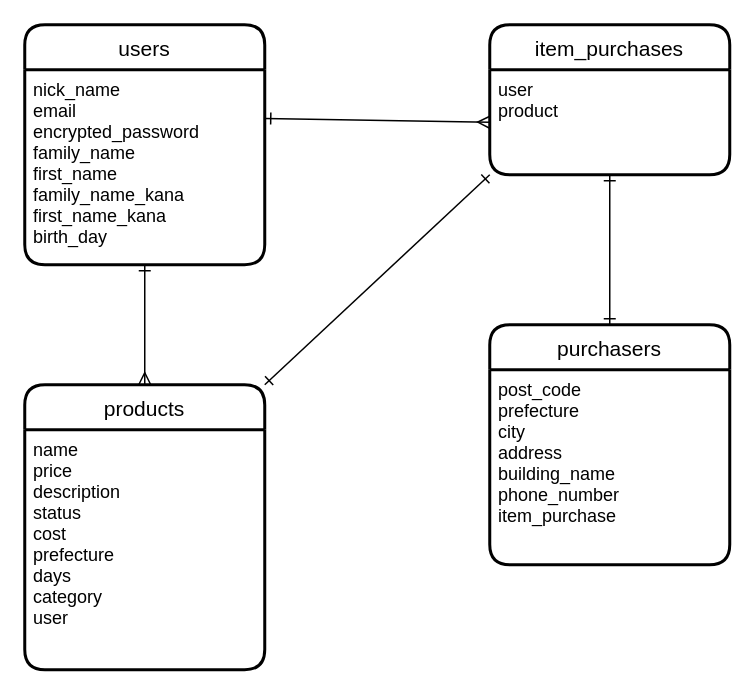
shingi-yamamoto/furima-38175 keeps this draw.io diagram as app/furima.dio. Above is the earlier version. Source tidied: cells renumbered, new cells numbered last; positions are measured from the earlier drawing's top-left corner, leaving out a move shared by most shapes. Both pictures are drawn from the tidied source at 150%, with x=0, y=0 at pixel (24, 24).
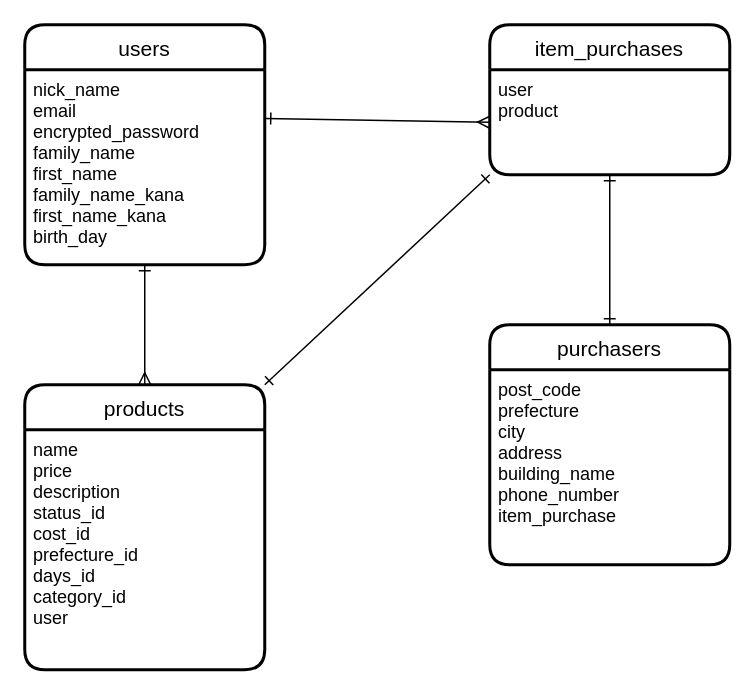
After the change.

The edit, as a diff of the source:
```diff
@@
 <mxGraphModel>
   <root>
     <mxCell id="0" />
     <mxCell id="1" parent="0" />
     <mxCell id="2" value="users" style="swimlane;horizontal=1;startSize=30;rounded=1;fontSize=14;fontStyle=0;strokeWidth=2;shadow=0;dashed=0;align=center;" parent="1" vertex="1">
       <mxGeometry width="160" height="160" as="geometry" />
     </mxCell>
     <mxCell id="3" value="nick_name&#10;email&#10;encrypted_password&#10;family_name&#10;first_name&#10;family_name_kana&#10;first_name_kana&#10;birth_day" style="align=left;strokeColor=none;fillColor=none;spacingLeft=4;fontSize=12;verticalAlign=top;" parent="2" vertex="1">
       <mxGeometry y="30" width="160" height="130" as="geometry" />
     </mxCell>
     <mxCell id="4" value="item_purchases" style="swimlane;horizontal=1;startSize=30;rounded=1;fontSize=14;fontStyle=0;strokeWidth=2;shadow=0;dashed=0;align=center;" parent="1" vertex="1">
       <mxGeometry x="310" width="160" height="100" as="geometry" />
     </mxCell>
     <mxCell id="5" value="user&#10;product&#10;" style="align=left;strokeColor=none;fillColor=none;spacingLeft=4;fontSize=12;verticalAlign=top;" parent="4" vertex="1">
       <mxGeometry y="30" width="160" height="70" as="geometry" />
     </mxCell>
     <mxCell id="6" style="edgeStyle=none;html=1;exitX=1;exitY=0.25;exitDx=0;exitDy=0;entryX=0;entryY=0.5;entryDx=0;entryDy=0;endArrow=ERmany;endFill=0;startArrow=ERone;startFill=0;" parent="1" edge="1" source="3" target="5">
       <mxGeometry relative="1" as="geometry" />
     </mxCell>
     <mxCell id="7" value="purchasers" style="swimlane;horizontal=1;startSize=30;rounded=1;fontSize=14;fontStyle=0;strokeWidth=2;shadow=0;dashed=0;align=center;" parent="1" vertex="1">
       <mxGeometry x="310" y="200" width="160" height="160" as="geometry" />
     </mxCell>
     <mxCell id="8" value="post_code&#10;prefecture&#10;city&#10;address&#10;building_name&#10;phone_number&#10;item_purchase&#10;" style="align=left;strokeColor=none;fillColor=none;spacingLeft=4;fontSize=12;verticalAlign=top;" parent="7" vertex="1">
       <mxGeometry y="30" width="160" height="130" as="geometry" />
     </mxCell>
     <mxCell id="9" value="products" style="swimlane;horizontal=1;startSize=30;rounded=1;fontSize=14;fontStyle=0;strokeWidth=2;shadow=0;dashed=0;align=center;" parent="1" vertex="1">
       <mxGeometry y="240" width="160" height="190" as="geometry" />
     </mxCell>
-    <mxCell id="10" value="name&#10;price&#10;description&#10;status&#10;cost&#10;prefecture&#10;days&#10;category&#10;user&#10;&#10;&#10;" style="align=left;strokeColor=none;fillColor=none;spacingLeft=4;fontSize=12;verticalAlign=top;" parent="9" vertex="1">
+    <mxCell id="10" value="name&#10;price&#10;description&#10;status_id&#10;cost_id&#10;prefecture_id&#10;days_id&#10;category_id&#10;user&#10;&#10;&#10;" style="align=left;strokeColor=none;fillColor=none;spacingLeft=4;fontSize=12;verticalAlign=top;" parent="9" vertex="1">
       <mxGeometry y="30" width="160" height="160" as="geometry" />
     </mxCell>
     <mxCell id="11" style="edgeStyle=none;html=1;exitX=0.5;exitY=1;exitDx=0;exitDy=0;entryX=0.5;entryY=0;entryDx=0;entryDy=0;startArrow=ERone;startFill=0;endArrow=ERmany;endFill=0;" parent="1" edge="1" source="3" target="9">
       <mxGeometry relative="1" as="geometry" />
     </mxCell>
     <mxCell id="12" style="edgeStyle=none;html=1;exitX=0;exitY=1;exitDx=0;exitDy=0;entryX=1;entryY=0;entryDx=0;entryDy=0;startArrow=ERone;startFill=0;endArrow=ERone;endFill=0;" parent="1" edge="1" source="5" target="9">
       <mxGeometry relative="1" as="geometry" />
     </mxCell>
     <mxCell id="13" style="edgeStyle=none;html=1;exitX=0.5;exitY=1;exitDx=0;exitDy=0;entryX=0.5;entryY=0;entryDx=0;entryDy=0;startArrow=ERone;startFill=0;endArrow=ERone;endFill=0;" parent="1" edge="1" source="5" target="7">
       <mxGeometry relative="1" as="geometry" />
     </mxCell>
   </root>
 </mxGraphModel>
```
